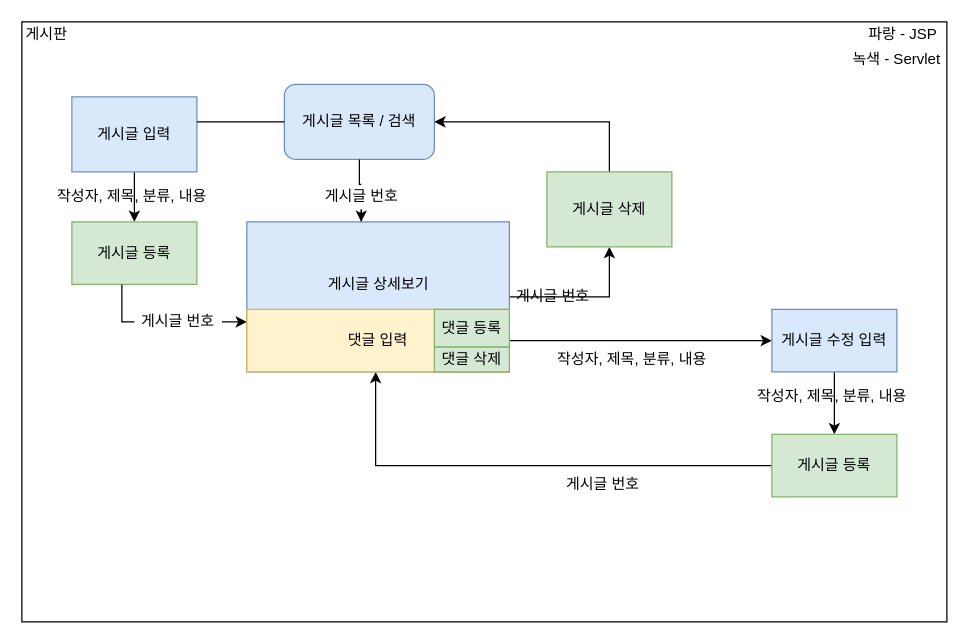
Before: board.drawio in yp59/groupware, a draw.io diagram. Source tidied: cells renumbered, new cells numbered last; positions are measured from the earlier drawing's top-left corner, leaving out a move shared by most shapes. Both pictures are drawn from the tidied source at 125%, with x=0, y=0 at pixel (21, 21).
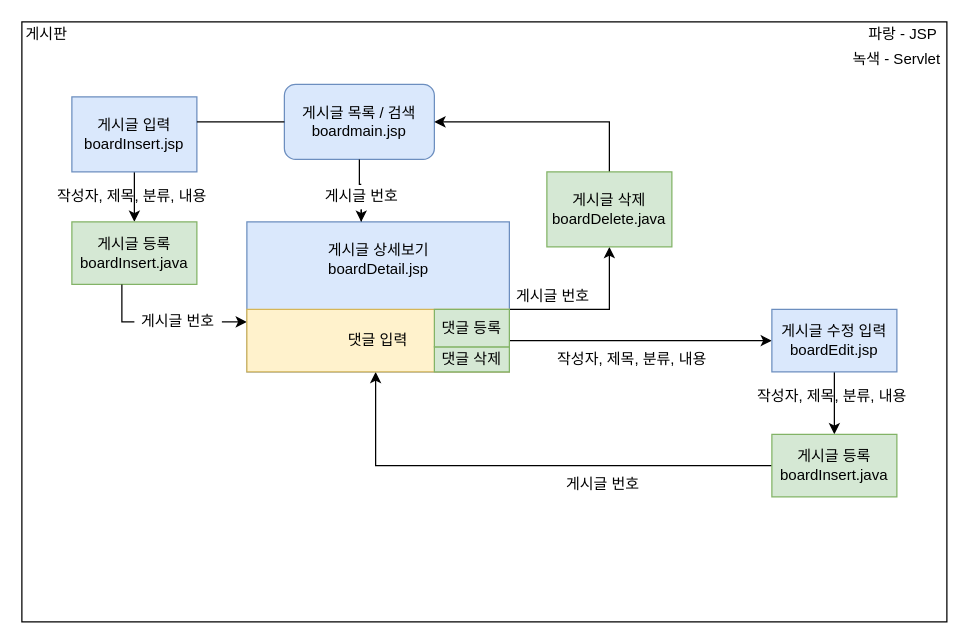
The same diagram, later.

The change refers to these unchanged cells:
```xml
<mxCell id="12" style="rounded=0;whiteSpace=wrap;html=1;strokeColor=#6c8ebf;fillColor=#dae8fc;" parent="1" vertex="1">
  <mxGeometry x="180" y="160" width="210" height="120" as="geometry" />
</mxCell>
<mxCell id="21" value="게시글 번호" style="text;html=1;strokeColor=none;fillColor=none;align=center;verticalAlign=middle;whiteSpace=wrap;rounded=0;" parent="1" vertex="1">
  <mxGeometry x="390" y="210" width="70" height="20" as="geometry" />
</mxCell>
```

What changed in the source:
```diff
@@
-    <mxCell id="5" value="게시글 목록 / 검색&lt;br&gt;" style="rounded=1;whiteSpace=wrap;html=1;fillColor=#dae8fc;strokeColor=#6c8ebf;" parent="1" vertex="1">
+    <mxCell id="5" value="게시글 목록 / 검색&lt;br&gt;boardmain.jsp" style="rounded=1;whiteSpace=wrap;html=1;fillColor=#dae8fc;strokeColor=#6c8ebf;" parent="1" vertex="1">
       <mxGeometry x="210" y="50" width="120" height="60" as="geometry" />
     </mxCell>
@@
-    <mxCell id="8" value="게시글 등록" style="rounded=0;whiteSpace=wrap;html=1;fillColor=#d5e8d4;strokeColor=#82b366;" parent="1" vertex="1">
+    <mxCell id="8" value="게시글 등록&lt;br&gt;boardInsert.java" style="rounded=0;whiteSpace=wrap;html=1;fillColor=#d5e8d4;strokeColor=#82b366;" parent="1" vertex="1">
       <mxGeometry x="40" y="160" width="100" height="50" as="geometry" />
     </mxCell>
@@
-    <mxCell id="10" style="edgeStyle=orthogonalEdgeStyle;rounded=0;jettySize=auto;html=1;entryX=0.5;entryY=1;entryDx=0;entryDy=0;strokeColor=#000000;" parent="1" edge="1" source="12" target="20">
-      <mxGeometry relative="1" as="geometry" />
+    <mxCell id="10" style="edgeStyle=orthogonalEdgeStyle;rounded=0;jettySize=auto;html=1;entryX=0.5;entryY=1;entryDx=0;entryDy=0;strokeColor=#000000;exitX=0;exitY=0.5;exitDx=0;exitDy=0;" parent="1" edge="1" source="21" target="20">
+      <mxGeometry relative="1" as="geometry">
+        <Array as="points">
+          <mxPoint x="390" y="230" />
+          <mxPoint x="470" y="230" />
+        </Array>
+      </mxGeometry>
     </mxCell>
@@
-    <mxCell id="14" value="게시글 입력" style="rounded=0;whiteSpace=wrap;html=1;fillColor=#dae8fc;strokeColor=#6c8ebf;" parent="1" vertex="1">
+    <mxCell id="14" value="게시글 입력&lt;br&gt;boardInsert.jsp" style="rounded=0;whiteSpace=wrap;html=1;fillColor=#dae8fc;strokeColor=#6c8ebf;" parent="1" vertex="1">
       <mxGeometry x="40" y="60" width="100" height="60" as="geometry" />
     </mxCell>
@@
-    <mxCell id="20" value="게시글 삭제" style="rounded=0;whiteSpace=wrap;html=1;fillColor=#d5e8d4;strokeColor=#82b366;" parent="1" vertex="1">
+    <mxCell id="20" value="게시글 삭제&lt;br&gt;boardDelete.java" style="rounded=0;whiteSpace=wrap;html=1;fillColor=#d5e8d4;strokeColor=#82b366;" parent="1" vertex="1">
       <mxGeometry x="420" y="120" width="100" height="60" as="geometry" />
     </mxCell>
@@
-    <mxCell id="23" value="게시글 수정 입력" style="rounded=0;whiteSpace=wrap;html=1;fillColor=#dae8fc;strokeColor=#6c8ebf;" parent="1" vertex="1">
+    <mxCell id="23" value="게시글 수정 입력&lt;br&gt;boardEdit.jsp" style="rounded=0;whiteSpace=wrap;html=1;fillColor=#dae8fc;strokeColor=#6c8ebf;" parent="1" vertex="1">
       <mxGeometry x="600" y="230" width="100" height="50" as="geometry" />
     </mxCell>
@@
-    <mxCell id="25" value="게시글 등록" style="rounded=0;whiteSpace=wrap;html=1;fillColor=#d5e8d4;strokeColor=#82b366;" parent="1" vertex="1">
+    <mxCell id="25" value="게시글 등록&lt;br&gt;boardInsert.java" style="rounded=0;whiteSpace=wrap;html=1;fillColor=#d5e8d4;strokeColor=#82b366;" parent="1" vertex="1">
       <mxGeometry x="600" y="330" width="100" height="50" as="geometry" />
     </mxCell>
@@
-    <mxCell id="35" value="게시글 상세보기" style="text;html=1;strokeColor=none;fillColor=none;align=center;verticalAlign=middle;whiteSpace=wrap;rounded=0;" parent="1" vertex="1">
-      <mxGeometry x="236.5" y="200" width="97" height="20" as="geometry" />
+    <mxCell id="35" value="게시글 상세보기&lt;br&gt;boardDetail.jsp" style="text;html=1;strokeColor=none;fillColor=none;align=center;verticalAlign=middle;whiteSpace=wrap;rounded=0;" parent="1" vertex="1">
+      <mxGeometry x="236.5" y="180" width="97" height="20" as="geometry" />
     </mxCell>
```
